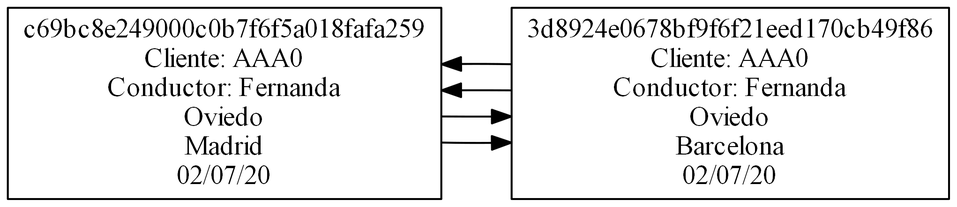
The Graphviz diagram [EDD]Proyecto2/Bloc_Viaje.png in Pegre369/-EDD-Proyecto2_201701187_201706357, before a commit. Its source is kept beside it as [EDD]Proyecto2/Bloc_Viaje.dot.
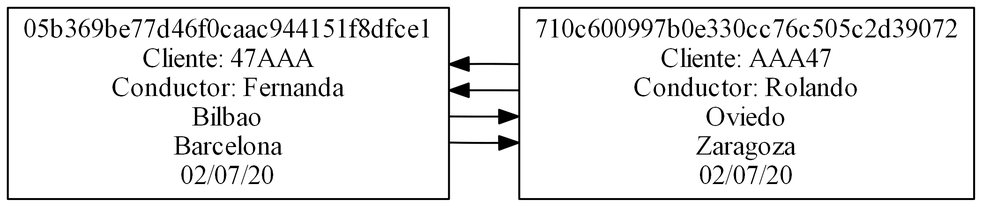
Above is the later version.

What changed in the source:
```diff
@@ -2,20 +2,20 @@
  rankdir=LR
  node[shape=box];
 graph [ dpi = 300 ];
-Dc69bc8e249000c0b7f6f5a018fafa259[label="c69bc8e249000c0b7f6f5a018fafa259
-Cliente: AAA0
+D05b369be77d46f0caac944151f8dfce1[label="05b369be77d46f0caac944151f8dfce1
+Cliente: 47AAA
 Conductor: Fernanda
-Oviedo
-Madrid
-02/07/20"];
-D3d8924e0678bf9f6f21eed170cb49f86[label="3d8924e0678bf9f6f21eed170cb49f86
-Cliente: AAA0
-Conductor: Fernanda
-Oviedo
+Bilbao
 Barcelona
 02/07/20"];
-Dc69bc8e249000c0b7f6f5a018fafa259->D3d8924e0678bf9f6f21eed170cb49f86
-Dc69bc8e249000c0b7f6f5a018fafa259->D3d8924e0678bf9f6f21eed170cb49f86
-D3d8924e0678bf9f6f21eed170cb49f86->Dc69bc8e249000c0b7f6f5a018fafa259
-D3d8924e0678bf9f6f21eed170cb49f86->Dc69bc8e249000c0b7f6f5a018fafa259
+D710c600997b0e330cc76c505c2d39072[label="710c600997b0e330cc76c505c2d39072
+Cliente: AAA47
+Conductor: Rolando
+Oviedo
+Zaragoza
+02/07/20"];
+D05b369be77d46f0caac944151f8dfce1->D710c600997b0e330cc76c505c2d39072
+D05b369be77d46f0caac944151f8dfce1->D710c600997b0e330cc76c505c2d39072
+D710c600997b0e330cc76c505c2d39072->D05b369be77d46f0caac944151f8dfce1
+D710c600997b0e330cc76c505c2d39072->D05b369be77d46f0caac944151f8dfce1
 }
```
